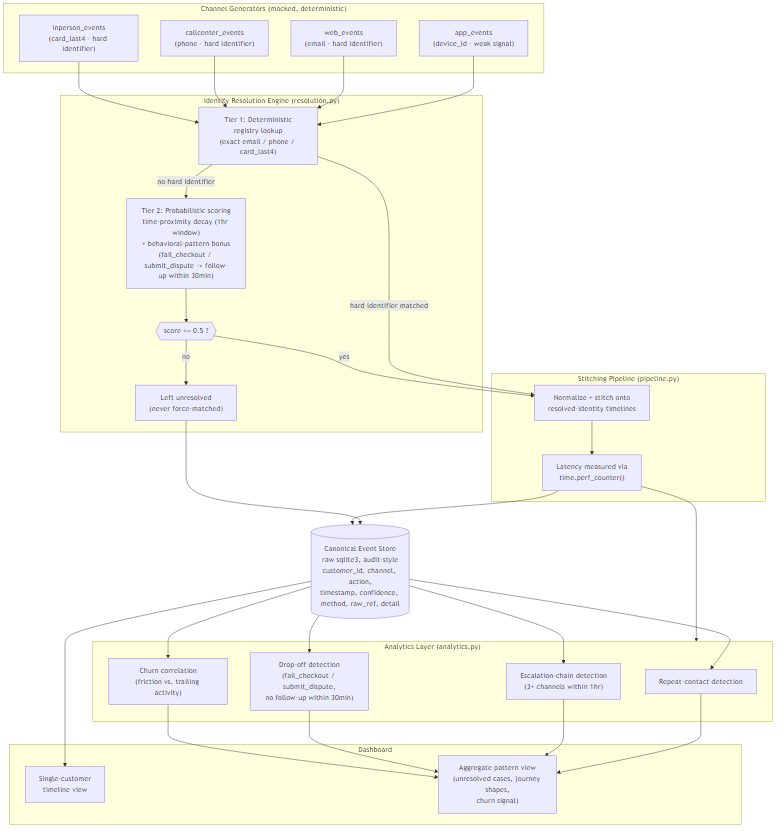
G26karthik/Throughline keeps this Mermaid diagram as docs/architecture.png. Above is the earlier version. Its source is kept beside it as docs/architecture.mmd. Its diagram source:
```mermaid
flowchart TD
    subgraph CH["Channel Generators (mocked, deterministic)"]
        APP["app_events\n(device_id - weak signal)"]
        WEB["web_events\n(email - hard identifier)"]
        CALL["callcenter_events\n(phone - hard identifier)"]
        INP["inperson_events\n(card_last4 - hard identifier)"]
    end

    subgraph RES["Identity Resolution Engine (resolution.py)"]
        DET["Tier 1: Deterministic\nregistry lookup\n(exact email / phone / card_last4)"]
        PROB["Tier 2: Probabilistic scoring\ntime-proximity decay (1hr window)\n+ behavioral-pattern bonus\n(fail_checkout / submit_dispute -> follow-up within 30min)"]
        THRESH{{"score >= 0.5 ?"}}
        UNRES["Left unresolved\n(never force-matched)"]
    end

    subgraph PIPE["Stitching Pipeline (pipeline.py)"]
        NORM["Normalize + stitch onto\nresolved-identity timelines"]
        LAT["Latency measured via\ntime.perf_counter()"]
    end

    STORE[("Canonical Event Store\nraw sqlite3, audit-style\ncustomer_id, channel, action,\ntimestamp, confidence, method, raw_ref, detail")]

    subgraph ANALYTICS["Analytics Layer (analytics.py)"]
        REPEAT["Repeat-contact detection"]
        ESC["Escalation-chain detection\n(3+ channels within 1hr)"]
        DROP["Drop-off detection\n(fail_checkout / submit_dispute,\nno follow-up within 30min)"]
        CHURN["Churn correlation\n(friction vs. trailing activity)"]
    end

    subgraph DASH["Dashboard"]
        TIMELINE["Single-customer\ntimeline view"]
        AGGVIEW["Aggregate pattern view\n(unresolved cases, journey shapes,\nchurn signal)"]
    end

    APP --> DET
    WEB --> DET
    CALL --> DET
    INP --> DET

    DET -->|"hard identifier matched"| NORM
    DET -->|"no hard identifier"| PROB
    PROB --> THRESH
    THRESH -->|"yes"| NORM
    THRESH -->|"no"| UNRES
    UNRES --> STORE

    NORM --> LAT
    LAT --> STORE
    LAT --> ANALYTICS

    STORE --> REPEAT
    STORE --> ESC
    STORE --> DROP
    STORE --> CHURN

    STORE --> TIMELINE
    REPEAT --> AGGVIEW
    ESC --> AGGVIEW
    DROP --> AGGVIEW
    CHURN --> AGGVIEW
```
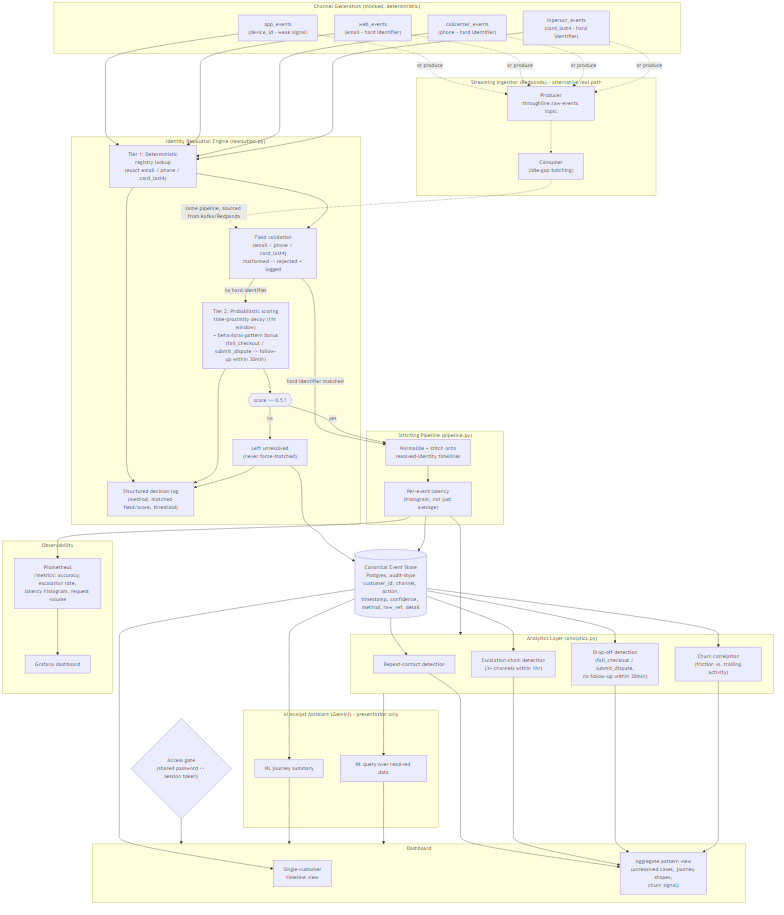
After the change.

Commit message:
Update architecture diagram and Built-with/scalability language for what's actually verified working

Change to the diagram source:
```diff
@@ -6,19 +6,26 @@
         INP["inperson_events\n(card_last4 - hard identifier)"]
     end
 
+    subgraph STREAM["Streaming Ingestion (Redpanda) - alternative real path"]
+        PROD["Producer\nthroughline.raw-events topic"]
+        CONS["Consumer\n(idle-gap batching)"]
+    end
+
     subgraph RES["Identity Resolution Engine (resolution.py)"]
+        VALID["Field validation\n(email / phone / card_last4)\nmalformed -> rejected + logged"]
         DET["Tier 1: Deterministic\nregistry lookup\n(exact email / phone / card_last4)"]
         PROB["Tier 2: Probabilistic scoring\ntime-proximity decay (1hr window)\n+ behavioral-pattern bonus\n(fail_checkout / submit_dispute -> follow-up within 30min)"]
         THRESH{{"score >= 0.5 ?"}}
         UNRES["Left unresolved\n(never force-matched)"]
+        LOG["Structured decision log\n(method, matched field/score, threshold)"]
     end
 
     subgraph PIPE["Stitching Pipeline (pipeline.py)"]
         NORM["Normalize + stitch onto\nresolved-identity timelines"]
-        LAT["Latency measured via\ntime.perf_counter()"]
+        LAT["Per-event latency\n(histogram, not just average)"]
     end
 
-    STORE[("Canonical Event Store\nraw sqlite3, audit-style\ncustomer_id, channel, action,\ntimestamp, confidence, method, raw_ref, detail")]
+    STORE[("Canonical Event Store\nPostgres, audit-style\ncustomer_id, channel, action,\ntimestamp, confidence, method, raw_ref, detail")]
 
     subgraph ANALYTICS["Analytics Layer (analytics.py)"]
         REPEAT["Repeat-contact detection"]
@@ -26,6 +33,18 @@
         DROP["Drop-off detection\n(fail_checkout / submit_dispute,\nno follow-up within 30min)"]
         CHURN["Churn correlation\n(friction vs. trailing activity)"]
     end
+
+    subgraph AI["AI Analyst Assistant (Gemini) - presentation only"]
+        SUMM["NL journey summary"]
+        NLQ["NL query over resolved data"]
+    end
+
+    subgraph OBS["Observability"]
+        PROM["Prometheus\n/metrics: accuracy, escalation rate,\nlatency histogram, request volume"]
+        GRAF["Grafana dashboard"]
+    end
+
+    GATE{"Access gate\n(shared password -> session token)"}
 
     subgraph DASH["Dashboard"]
         TIMELINE["Single-customer\ntimeline view"]
@@ -37,24 +56,44 @@
     CALL --> DET
     INP --> DET
 
-    DET -->|"hard identifier matched"| NORM
-    DET -->|"no hard identifier"| PROB
+    APP -.->|"or produce"| PROD
+    WEB -.->|"or produce"| PROD
+    CALL -.->|"or produce"| PROD
+    INP -.->|"or produce"| PROD
+    PROD -.-> CONS
+    CONS -.->|"same pipeline, sourced from Kafka/Redpanda"| VALID
+
+    DET --> VALID
+    VALID -->|"hard identifier matched"| NORM
+    VALID -->|"no hard identifier"| PROB
     PROB --> THRESH
     THRESH -->|"yes"| NORM
     THRESH -->|"no"| UNRES
     UNRES --> STORE
+    DET --> LOG
+    PROB --> LOG
+    UNRES --> LOG
 
     NORM --> LAT
     LAT --> STORE
     LAT --> ANALYTICS
+    LAT --> PROM
 
     STORE --> REPEAT
     STORE --> ESC
     STORE --> DROP
     STORE --> CHURN
 
+    STORE --> SUMM
+    ANALYTICS --> NLQ
+
+    PROM --> GRAF
+
+    GATE --> DASH
     STORE --> TIMELINE
     REPEAT --> AGGVIEW
     ESC --> AGGVIEW
     DROP --> AGGVIEW
     CHURN --> AGGVIEW
+    SUMM --> DASH
+    NLQ --> DASH
```
